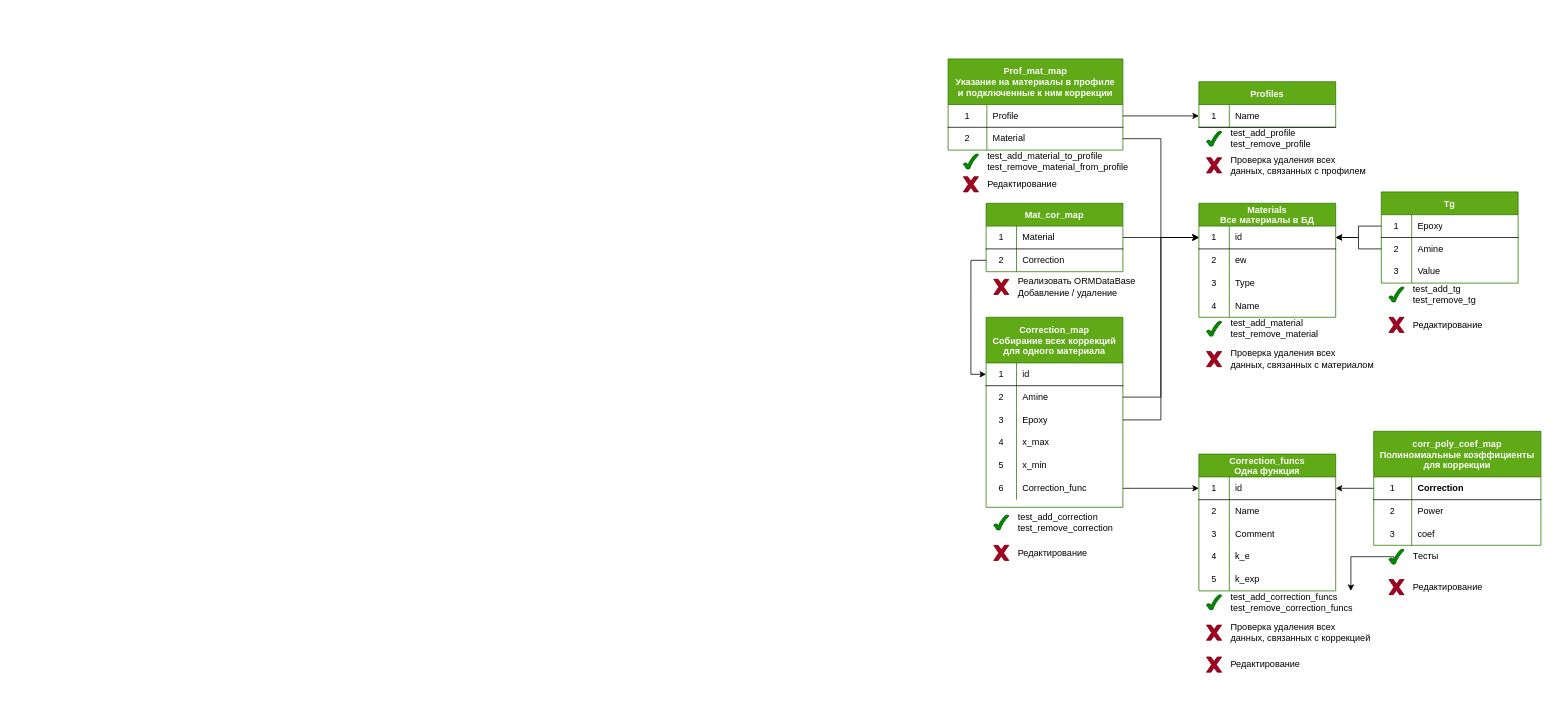
ivanzuev78/Glass_transition_math keeps this draw.io diagram as data_db.drawio. Above is the earlier version. Source tidied: cells renumbered, new cells numbered last; positions are measured from the earlier drawing's top-left corner, leaving out a move shared by most shapes. Both pictures are drawn from the tidied source at 76%, with x=0, y=0 at pixel (948, 59).
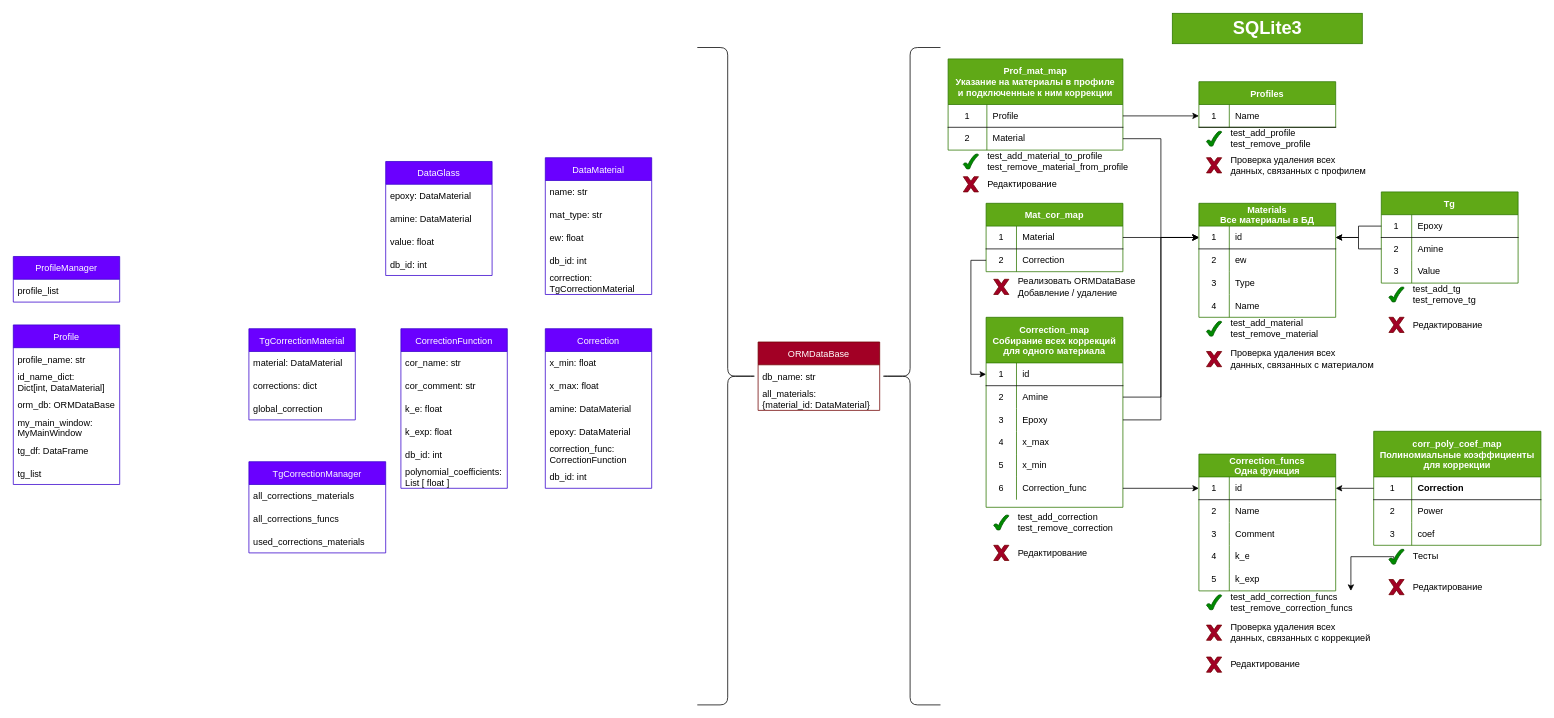
The same diagram, later.

Diff of the diagram source:
```diff
@@
+    <mxCell id="131" value="DataMaterial" style="swimlane;fontStyle=0;horizontal=1;startSize=30;fillColor=#6a00ff;strokeColor=#3700CC;fontColor=#ffffff;" parent="1" vertex="1">
+      <mxGeometry x="-530" y="130" width="140" height="180" as="geometry" />
+    </mxCell>
+    <mxCell id="132" value="name: str" style="text;strokeColor=none;fillColor=none;align=left;verticalAlign=middle;spacingLeft=4;spacingRight=4;overflow=hidden;" parent="131" vertex="1">
+      <mxGeometry y="30" width="140" height="30" as="geometry" />
+    </mxCell>
+    <mxCell id="133" value="mat_type: str" style="text;strokeColor=none;fillColor=none;align=left;verticalAlign=middle;spacingLeft=4;spacingRight=4;overflow=hidden;" parent="131" vertex="1">
+      <mxGeometry y="60" width="140" height="30" as="geometry" />
+    </mxCell>
+    <mxCell id="134" value="ew: float" style="text;strokeColor=none;fillColor=none;align=left;verticalAlign=middle;spacingLeft=4;spacingRight=4;overflow=hidden;" parent="131" vertex="1">
+      <mxGeometry y="90" width="140" height="30" as="geometry" />
+    </mxCell>
+    <mxCell id="135" value="db_id: int" style="text;strokeColor=none;fillColor=none;align=left;verticalAlign=middle;spacingLeft=4;spacingRight=4;overflow=hidden;" parent="131" vertex="1">
+      <mxGeometry y="120" width="140" height="30" as="geometry" />
+    </mxCell>
+    <mxCell id="136" value="correction: &#10;TgCorrectionMaterial" style="text;strokeColor=none;fillColor=none;align=left;verticalAlign=middle;spacingLeft=4;spacingRight=4;overflow=hidden;" parent="131" vertex="1">
+      <mxGeometry y="150" width="140" height="30" as="geometry" />
+    </mxCell>
+    <mxCell id="137" value="DataGlass" style="swimlane;fontStyle=0;horizontal=1;startSize=30;fillColor=#6a00ff;strokeColor=#3700CC;fontColor=#ffffff;" parent="1" vertex="1">
+      <mxGeometry x="-740" y="135" width="140" height="150" as="geometry" />
+    </mxCell>
+    <mxCell id="138" value="epoxy: DataMaterial" style="text;strokeColor=none;fillColor=none;align=left;verticalAlign=middle;spacingLeft=4;spacingRight=4;overflow=hidden;" parent="137" vertex="1">
+      <mxGeometry y="30" width="140" height="30" as="geometry" />
+    </mxCell>
+    <mxCell id="139" value="amine: DataMaterial" style="text;strokeColor=none;fillColor=none;align=left;verticalAlign=middle;spacingLeft=4;spacingRight=4;overflow=hidden;" parent="137" vertex="1">
+      <mxGeometry y="60" width="140" height="30" as="geometry" />
+    </mxCell>
+    <mxCell id="140" value="value: float" style="text;strokeColor=none;fillColor=none;align=left;verticalAlign=middle;spacingLeft=4;spacingRight=4;overflow=hidden;" parent="137" vertex="1">
+      <mxGeometry y="90" width="140" height="30" as="geometry" />
+    </mxCell>
+    <mxCell id="141" value="db_id: int" style="text;strokeColor=none;fillColor=none;align=left;verticalAlign=middle;spacingLeft=4;spacingRight=4;overflow=hidden;" parent="137" vertex="1">
+      <mxGeometry y="120" width="140" height="30" as="geometry" />
+    </mxCell>
+    <mxCell id="142" value="CorrectionFunction" style="swimlane;fontStyle=0;horizontal=1;startSize=30;fillColor=#6a00ff;strokeColor=#3700CC;fontColor=#ffffff;" parent="1" vertex="1">
+      <mxGeometry x="-720" y="355" width="140" height="210" as="geometry" />
+    </mxCell>
+    <mxCell id="143" value="cor_name: str" style="text;strokeColor=none;fillColor=none;align=left;verticalAlign=middle;spacingLeft=4;spacingRight=4;overflow=hidden;" parent="142" vertex="1">
+      <mxGeometry y="30" width="140" height="30" as="geometry" />
+    </mxCell>
+    <mxCell id="144" value="cor_comment: str" style="text;strokeColor=none;fillColor=none;align=left;verticalAlign=middle;spacingLeft=4;spacingRight=4;overflow=hidden;" parent="142" vertex="1">
+      <mxGeometry y="60" width="140" height="30" as="geometry" />
+    </mxCell>
+    <mxCell id="145" value="k_e: float" style="text;strokeColor=none;fillColor=none;align=left;verticalAlign=middle;spacingLeft=4;spacingRight=4;overflow=hidden;" parent="142" vertex="1">
+      <mxGeometry y="90" width="140" height="30" as="geometry" />
+    </mxCell>
+    <mxCell id="146" value="k_exp: float" style="text;strokeColor=none;fillColor=none;align=left;verticalAlign=middle;spacingLeft=4;spacingRight=4;overflow=hidden;" parent="142" vertex="1">
+      <mxGeometry y="120" width="140" height="30" as="geometry" />
+    </mxCell>
+    <mxCell id="147" value="db_id: int " style="text;strokeColor=none;fillColor=none;align=left;verticalAlign=middle;spacingLeft=4;spacingRight=4;overflow=hidden;" parent="142" vertex="1">
+      <mxGeometry y="150" width="140" height="30" as="geometry" />
+    </mxCell>
+    <mxCell id="148" value="polynomial_coefficients:&#10;List [ float ]" style="text;strokeColor=none;fillColor=none;align=left;verticalAlign=middle;spacingLeft=4;spacingRight=4;overflow=hidden;" parent="142" vertex="1">
+      <mxGeometry y="180" width="140" height="30" as="geometry" />
+    </mxCell>
+    <mxCell id="149" value="Correction" style="swimlane;fontStyle=0;horizontal=1;startSize=30;fillColor=#6a00ff;strokeColor=#3700CC;fontColor=#ffffff;" parent="1" vertex="1">
+      <mxGeometry x="-530" y="355" width="140" height="210" as="geometry" />
+    </mxCell>
+    <mxCell id="150" value="x_min: float" style="text;strokeColor=none;fillColor=none;align=left;verticalAlign=middle;spacingLeft=4;spacingRight=4;overflow=hidden;" parent="149" vertex="1">
+      <mxGeometry y="30" width="140" height="30" as="geometry" />
+    </mxCell>
+    <mxCell id="151" value="x_max: float" style="text;strokeColor=none;fillColor=none;align=left;verticalAlign=middle;spacingLeft=4;spacingRight=4;overflow=hidden;" parent="149" vertex="1">
+      <mxGeometry y="60" width="140" height="30" as="geometry" />
+    </mxCell>
+    <mxCell id="152" value="amine: DataMaterial" style="text;strokeColor=none;fillColor=none;align=left;verticalAlign=middle;spacingLeft=4;spacingRight=4;overflow=hidden;" parent="149" vertex="1">
+      <mxGeometry y="90" width="140" height="30" as="geometry" />
+    </mxCell>
+    <mxCell id="153" value="epoxy: DataMaterial" style="text;strokeColor=none;fillColor=none;align=left;verticalAlign=middle;spacingLeft=4;spacingRight=4;overflow=hidden;" parent="149" vertex="1">
+      <mxGeometry y="120" width="140" height="30" as="geometry" />
+    </mxCell>
+    <mxCell id="154" value="correction_func: &#10;CorrectionFunction" style="text;strokeColor=none;fillColor=none;align=left;verticalAlign=middle;spacingLeft=4;spacingRight=4;overflow=hidden;" parent="149" vertex="1">
+      <mxGeometry y="150" width="140" height="30" as="geometry" />
+    </mxCell>
+    <mxCell id="155" value="db_id: int " style="text;strokeColor=none;fillColor=none;align=left;verticalAlign=middle;spacingLeft=4;spacingRight=4;overflow=hidden;" parent="149" vertex="1">
+      <mxGeometry y="180" width="140" height="30" as="geometry" />
+    </mxCell>
+    <mxCell id="156" value="TgCorrectionMaterial" style="swimlane;fontStyle=0;horizontal=1;startSize=30;fillColor=#6a00ff;strokeColor=#3700CC;fontColor=#ffffff;" parent="1" vertex="1">
+      <mxGeometry x="-920" y="355" width="140" height="120" as="geometry" />
+    </mxCell>
+    <mxCell id="157" value="material: DataMaterial" style="text;strokeColor=none;fillColor=none;align=left;verticalAlign=middle;spacingLeft=4;spacingRight=4;overflow=hidden;" parent="156" vertex="1">
+      <mxGeometry y="30" width="140" height="30" as="geometry" />
+    </mxCell>
+    <mxCell id="158" value="corrections: dict" style="text;strokeColor=none;fillColor=none;align=left;verticalAlign=middle;spacingLeft=4;spacingRight=4;overflow=hidden;" parent="156" vertex="1">
+      <mxGeometry y="60" width="140" height="30" as="geometry" />
+    </mxCell>
+    <mxCell id="159" value="global_correction" style="text;strokeColor=none;fillColor=none;align=left;verticalAlign=middle;spacingLeft=4;spacingRight=4;overflow=hidden;" parent="156" vertex="1">
+      <mxGeometry y="90" width="140" height="30" as="geometry" />
+    </mxCell>
+    <mxCell id="160" value="TgCorrectionManager" style="swimlane;fontStyle=0;horizontal=1;startSize=30;fillColor=#6a00ff;strokeColor=#3700CC;fontColor=#ffffff;" parent="1" vertex="1">
+      <mxGeometry x="-920" y="530" width="180" height="120" as="geometry" />
+    </mxCell>
+    <mxCell id="161" value="all_corrections_materials" style="text;strokeColor=none;fillColor=none;align=left;verticalAlign=middle;spacingLeft=4;spacingRight=4;overflow=hidden;" parent="160" vertex="1">
+      <mxGeometry y="30" width="180" height="30" as="geometry" />
+    </mxCell>
+    <mxCell id="162" value="all_corrections_funcs" style="text;strokeColor=none;fillColor=none;align=left;verticalAlign=middle;spacingLeft=4;spacingRight=4;overflow=hidden;" parent="160" vertex="1">
+      <mxGeometry y="60" width="180" height="30" as="geometry" />
+    </mxCell>
+    <mxCell id="163" value="used_corrections_materials" style="text;strokeColor=none;fillColor=none;align=left;verticalAlign=middle;spacingLeft=4;spacingRight=4;overflow=hidden;" parent="160" vertex="1">
+      <mxGeometry y="90" width="180" height="30" as="geometry" />
+    </mxCell>
+    <mxCell id="164" value="Profile" style="swimlane;fontStyle=0;horizontal=1;startSize=30;fillColor=#6a00ff;strokeColor=#3700CC;fontColor=#ffffff;" parent="1" vertex="1">
+      <mxGeometry x="-1230" y="350" width="140" height="210" as="geometry" />
+    </mxCell>
+    <mxCell id="165" value="profile_name: str" style="text;strokeColor=none;fillColor=none;align=left;verticalAlign=middle;spacingLeft=4;spacingRight=4;overflow=hidden;" parent="164" vertex="1">
+      <mxGeometry y="30" width="140" height="30" as="geometry" />
+    </mxCell>
+    <mxCell id="166" value="id_name_dict: &#10;Dict[int, DataMaterial]" style="text;strokeColor=none;fillColor=none;align=left;verticalAlign=middle;spacingLeft=4;spacingRight=4;overflow=hidden;" parent="164" vertex="1">
+      <mxGeometry y="60" width="140" height="30" as="geometry" />
+    </mxCell>
+    <mxCell id="167" value="orm_db: ORMDataBase" style="text;strokeColor=none;fillColor=none;align=left;verticalAlign=middle;spacingLeft=4;spacingRight=4;overflow=hidden;" parent="164" vertex="1">
+      <mxGeometry y="90" width="140" height="30" as="geometry" />
+    </mxCell>
+    <mxCell id="168" value="my_main_window: &#10;MyMainWindow" style="text;strokeColor=none;fillColor=none;align=left;verticalAlign=middle;spacingLeft=4;spacingRight=4;overflow=hidden;" parent="164" vertex="1">
+      <mxGeometry y="120" width="140" height="30" as="geometry" />
+    </mxCell>
+    <mxCell id="169" value="tg_df: DataFrame" style="text;strokeColor=none;fillColor=none;align=left;verticalAlign=middle;spacingLeft=4;spacingRight=4;overflow=hidden;" parent="164" vertex="1">
+      <mxGeometry y="150" width="140" height="30" as="geometry" />
+    </mxCell>
+    <mxCell id="170" value="tg_list" style="text;strokeColor=none;fillColor=none;align=left;verticalAlign=middle;spacingLeft=4;spacingRight=4;overflow=hidden;" parent="164" vertex="1">
+      <mxGeometry y="180" width="140" height="30" as="geometry" />
+    </mxCell>
+    <mxCell id="171" value="ProfileManager" style="swimlane;fontStyle=0;horizontal=1;startSize=30;fillColor=#6a00ff;strokeColor=#3700CC;fontColor=#ffffff;" parent="1" vertex="1">
+      <mxGeometry x="-1230" y="260" width="140" height="60" as="geometry" />
+    </mxCell>
+    <mxCell id="172" value="profile_list" style="text;strokeColor=none;fillColor=none;align=left;verticalAlign=middle;spacingLeft=4;spacingRight=4;overflow=hidden;" parent="171" vertex="1">
+      <mxGeometry y="30" width="140" height="30" as="geometry" />
+    </mxCell>
+    <mxCell id="173" value="ORMDataBase" style="swimlane;fontStyle=0;horizontal=1;startSize=30;fillColor=#a20025;strokeColor=#6F0000;fontColor=#ffffff;" parent="1" vertex="1">
+      <mxGeometry x="-250" y="372.5" width="160" height="90" as="geometry" />
+    </mxCell>
+    <mxCell id="174" value="db_name: str" style="text;strokeColor=none;fillColor=none;align=left;verticalAlign=middle;spacingLeft=4;spacingRight=4;overflow=hidden;" parent="173" vertex="1">
+      <mxGeometry y="30" width="160" height="30" as="geometry" />
+    </mxCell>
+    <mxCell id="175" value="all_materials:&#10;{material_id: DataMaterial}" style="text;strokeColor=none;fillColor=none;align=left;verticalAlign=middle;spacingLeft=4;spacingRight=4;overflow=hidden;" parent="173" vertex="1">
+      <mxGeometry y="60" width="160" height="30" as="geometry" />
+    </mxCell>
+    <mxCell id="176" style="shape=curlyBracket;whiteSpace=wrap;html=1;rounded=1;size=0.5;" parent="1" vertex="1">
+      <mxGeometry x="-90" y="-15" width="80" height="865" as="geometry" />
+    </mxCell>
+    <mxCell id="177" style="shape=curlyBracket;whiteSpace=wrap;html=1;rounded=1;flipH=1;" parent="1" vertex="1">
+      <mxGeometry x="-330" y="-15" width="80" height="865" as="geometry" />
+    </mxCell>
+    <mxCell id="178" value="SQLite3" style="text;strokeColor=#2D7600;fillColor=#60a917;html=1;fontSize=24;fontStyle=1;verticalAlign=middle;align=center;fontColor=#ffffff;" parent="1" vertex="1">
+      <mxGeometry x="295" y="-60" width="250" height="40" as="geometry" />
+    </mxCell>
```
